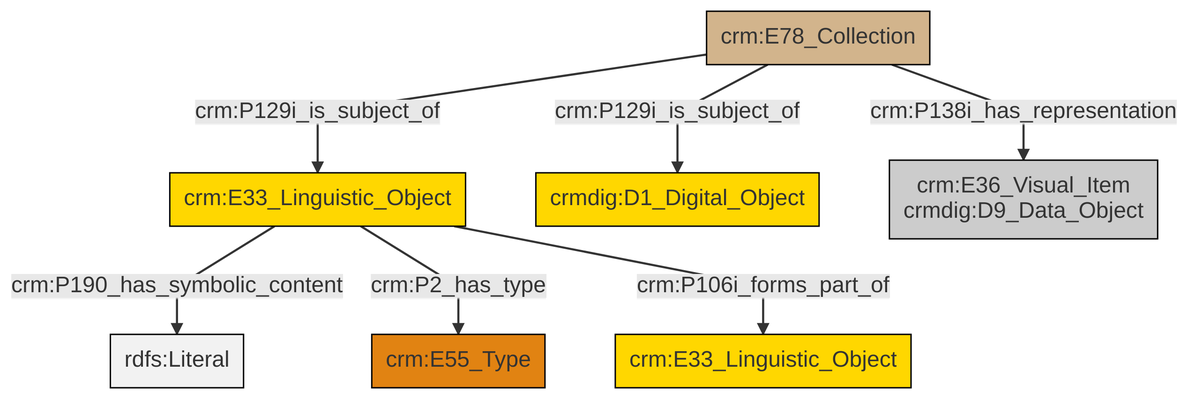
Above: et/archivalCSV/ttl/mmd/png/archival_docs.png in swiss-art-research-net/docs.swissartresearch (Mermaid), before the change. Its source is kept beside it as et/archivalCSV/ttl/mmd/archival_docs.ttl.mmd.
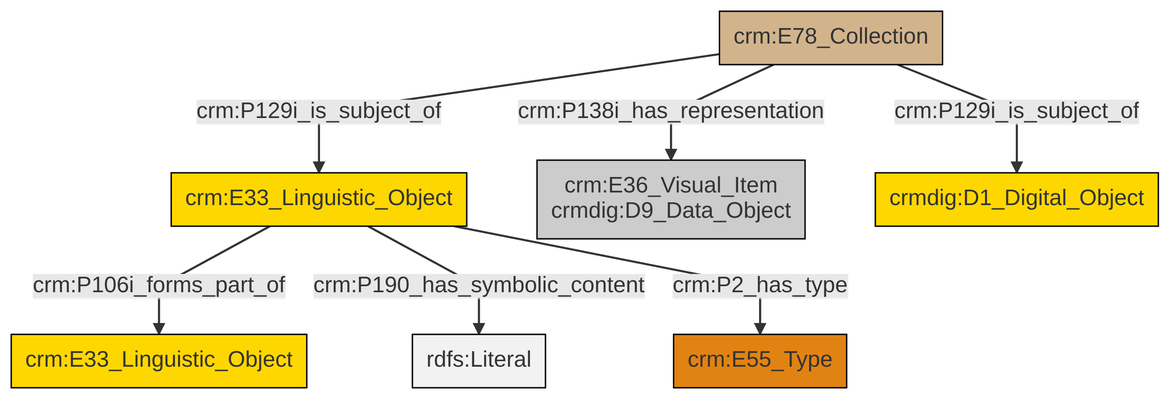
After the commit.

Change to the diagram source:
```diff
@@ -13,9 +13,9 @@
 classDef PC_Classes fill:#4ce600, stroke:#000000;
 classDef Multi fill:#cccccc,stroke:#000000;
 
-0["crm:E33_Linguistic_Object"]:::Conceptual_Object -->|crm:P190_has_symbolic_content| 1[rdfs:Literal]:::Literal
-2["crm:E78_Collection"]:::Physical_Thing -->|crm:P129i_is_subject_of| 3["crmdig:D1_Digital_Object"]:::Conceptual_Object
-2["crm:E78_Collection"]:::Physical_Thing -->|crm:P138i_has_representation| 6["crm:E36_Visual_Item<br>crmdig:D9_Data_Object"]:::Multi
-0["crm:E33_Linguistic_Object"]:::Conceptual_Object -->|crm:P2_has_type| 4["crm:E55_Type"]:::Type
-2["crm:E78_Collection"]:::Physical_Thing -->|crm:P129i_is_subject_of| 0["crm:E33_Linguistic_Object"]:::Conceptual_Object
-0["crm:E33_Linguistic_Object"]:::Conceptual_Object -->|crm:P106i_forms_part_of| 12["crm:E33_Linguistic_Object"]:::Conceptual_Object
+2["crm:E33_Linguistic_Object"]:::Conceptual_Object -->|crm:P106i_forms_part_of| 0["crm:E33_Linguistic_Object"]:::Conceptual_Object
+5["crm:E78_Collection"]:::Physical_Thing -->|crm:P138i_has_representation| 6["crm:E36_Visual_Item<br>crmdig:D9_Data_Object"]:::Multi
+5["crm:E78_Collection"]:::Physical_Thing -->|crm:P129i_is_subject_of| 11["crmdig:D1_Digital_Object"]:::Conceptual_Object
+2["crm:E33_Linguistic_Object"]:::Conceptual_Object -->|crm:P190_has_symbolic_content| 14[rdfs:Literal]:::Literal
+5["crm:E78_Collection"]:::Physical_Thing -->|crm:P129i_is_subject_of| 2["crm:E33_Linguistic_Object"]:::Conceptual_Object
+2["crm:E33_Linguistic_Object"]:::Conceptual_Object -->|crm:P2_has_type| 3["crm:E55_Type"]:::Type
```
